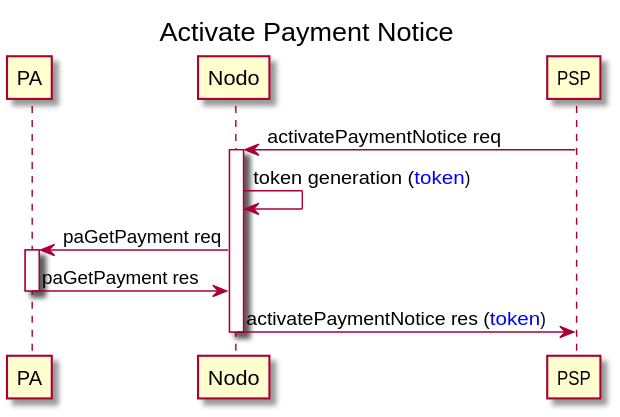
This is docs/activatePaymentNotice_newPA.svg from pagopa/pagopa-api, a PlantUML export, as it was before one commit.
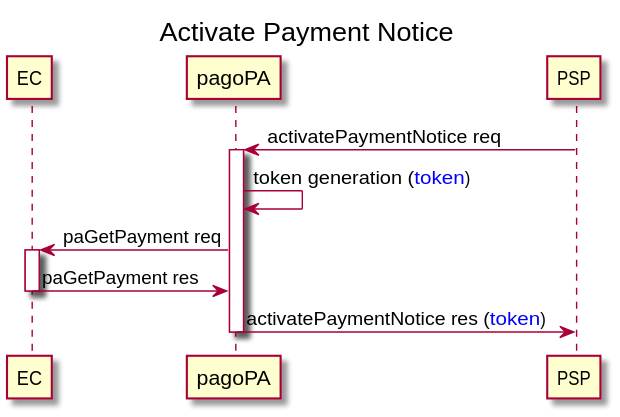
Later version of the same file.

The edit, as a diff of the source:
```diff
@@ -1,18 +1,18 @@
 @startuml uml_diag/activatePaymentNotice_newPA
 title Activate Payment Notice
 
-participant PA
-participant Nodo
+participant EC
+participant pagoPA
 participant PSP
 
-PSP -> Nodo: activatePaymentNotice req
-activate Nodo
-Nodo -> Nodo: token generation (<color blue>token</color>)
-Nodo -> PA: paGetPayment req
-activate PA
-PA -> Nodo: paGetPayment res
-deactivate PA
-Nodo -> PSP: activatePaymentNotice res (<color blue>token</color>)
-deactivate Nodo
+PSP -> pagoPA: activatePaymentNotice req
+activate pagoPA
+pagoPA -> pagoPA: token generation (<color blue>token</color>)
+pagoPA -> EC: paGetPayment req
+activate EC
+EC -> pagoPA: paGetPayment res
+deactivate EC
+pagoPA -> PSP: activatePaymentNotice res (<color blue>token</color>)
+deactivate pagoPA
 
 @enduml
```
